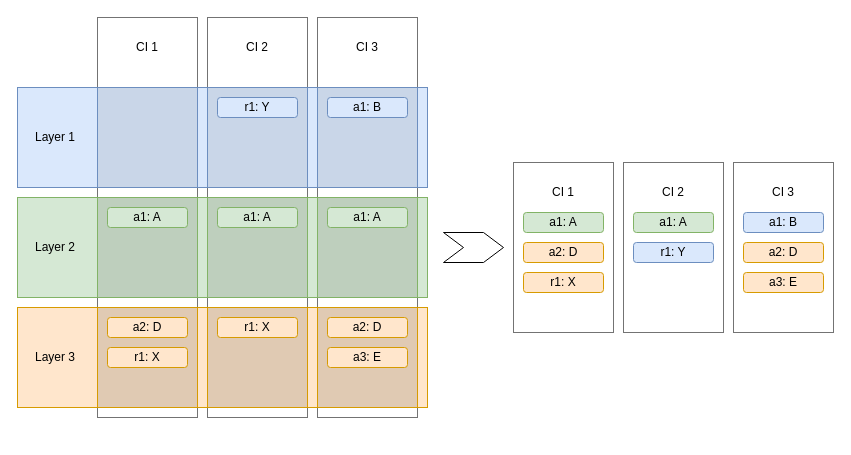
Before: docs/source/assets/drawio/overview-layer-ci-attributes.drawio in max-bytes/omnikeeper, a draw.io diagram. Source tidied: cells renumbered, new cells numbered last; positions are measured from the earlier drawing's top-left corner, leaving out a move shared by most shapes. Both pictures are drawn from the tidied source at 100%, with x=0, y=0 at pixel (17, 17).
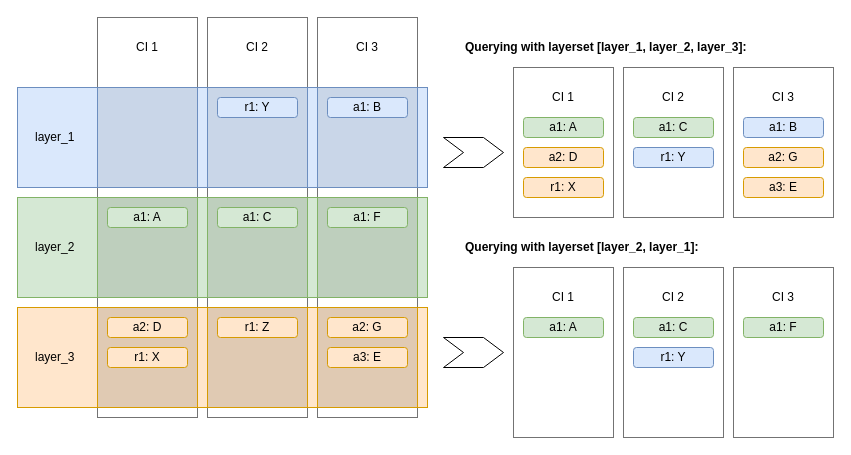
The same diagram, later.

The edit, as a diff of the source:
```diff
@@
-    <mxCell id="2" value="Layer 3" style="rounded=0;whiteSpace=wrap;html=1;align=left;spacingLeft=16;fillColor=#ffe6cc;strokeColor=#d79b00;" parent="1" vertex="1">
+    <mxCell id="2" value="layer_3" style="rounded=0;whiteSpace=wrap;html=1;align=left;spacingLeft=16;fillColor=#ffe6cc;strokeColor=#d79b00;" parent="1" vertex="1">
       <mxGeometry y="290" width="410" height="100" as="geometry" />
     </mxCell>
-    <mxCell id="3" value="Layer 2" style="rounded=0;whiteSpace=wrap;html=1;align=left;spacingLeft=16;fillColor=#d5e8d4;strokeColor=#82b366;" parent="1" vertex="1">
+    <mxCell id="3" value="layer_2" style="rounded=0;whiteSpace=wrap;html=1;align=left;spacingLeft=16;fillColor=#d5e8d4;strokeColor=#82b366;" parent="1" vertex="1">
       <mxGeometry y="180" width="410" height="100" as="geometry" />
     </mxCell>
-    <mxCell id="4" value="Layer 1" style="rounded=0;whiteSpace=wrap;html=1;align=left;spacingLeft=16;fillColor=#dae8fc;strokeColor=#6c8ebf;" parent="1" vertex="1">
+    <mxCell id="4" value="layer_1" style="rounded=0;whiteSpace=wrap;html=1;align=left;spacingLeft=16;fillColor=#dae8fc;strokeColor=#6c8ebf;" parent="1" vertex="1">
       <mxGeometry y="70" width="410" height="100" as="geometry" />
     </mxCell>
@@
-    <mxCell id="19" value="a1: A" style="rounded=1;whiteSpace=wrap;html=1;fillColor=#d5e8d4;strokeColor=#82b366;" parent="1" vertex="1">
+    <mxCell id="19" value="a1: F" style="rounded=1;whiteSpace=wrap;html=1;fillColor=#d5e8d4;strokeColor=#82b366;" parent="1" vertex="1">
       <mxGeometry x="310" y="190" width="80" height="20" as="geometry" />
     </mxCell>
@@
     <mxCell id="22" value="CI 1" style="rounded=0;whiteSpace=wrap;html=1;fillOpacity=100;verticalAlign=top;spacingTop=16;strokeColor=#737373;" parent="1" vertex="1">
-      <mxGeometry x="496" y="145" width="100" height="170" as="geometry" />
+      <mxGeometry x="496" y="50" width="100" height="150" as="geometry" />
     </mxCell>
     <mxCell id="23" value="CI 2" style="rounded=0;whiteSpace=wrap;html=1;fillOpacity=100;verticalAlign=top;spacingTop=16;strokeColor=#737373;" parent="1" vertex="1">
-      <mxGeometry x="606" y="145" width="100" height="170" as="geometry" />
+      <mxGeometry x="606" y="50" width="100" height="150" as="geometry" />
     </mxCell>
     <mxCell id="24" value="CI 3" style="rounded=0;whiteSpace=wrap;html=1;fillOpacity=100;verticalAlign=top;spacingTop=16;strokeColor=#737373;" parent="1" vertex="1">
-      <mxGeometry x="716" y="145" width="100" height="170" as="geometry" />
+      <mxGeometry x="716" y="50" width="100" height="150" as="geometry" />
     </mxCell>
@@
-    <mxCell id="26" value="a2: D" style="rounded=1;whiteSpace=wrap;html=1;fillColor=#ffe6cc;strokeColor=#d79b00;" parent="1" vertex="1">
+    <mxCell id="26" value="a2: G" style="rounded=1;whiteSpace=wrap;html=1;fillColor=#ffe6cc;strokeColor=#d79b00;" parent="1" vertex="1">
       <mxGeometry x="310" y="300" width="80" height="20" as="geometry" />
     </mxCell>
-    <mxCell id="27" value="a1: A" style="rounded=1;whiteSpace=wrap;html=1;fillColor=#d5e8d4;strokeColor=#82b366;" parent="1" vertex="1">
+    <mxCell id="27" value="a1: C" style="rounded=1;whiteSpace=wrap;html=1;fillColor=#d5e8d4;strokeColor=#82b366;" parent="1" vertex="1">
       <mxGeometry x="200" y="190" width="80" height="20" as="geometry" />
     </mxCell>
     <mxCell id="28" value="a2: D" style="rounded=1;whiteSpace=wrap;html=1;fillColor=#ffe6cc;strokeColor=#d79b00;" parent="1" vertex="1">
-      <mxGeometry x="506" y="225" width="80" height="20" as="geometry" />
+      <mxGeometry x="506" y="130" width="80" height="20" as="geometry" />
     </mxCell>
     <mxCell id="29" value="r1: X" style="rounded=1;whiteSpace=wrap;html=1;fillColor=#ffe6cc;strokeColor=#d79b00;" parent="1" vertex="1">
-      <mxGeometry x="506" y="255" width="80" height="20" as="geometry" />
+      <mxGeometry x="506" y="160" width="80" height="20" as="geometry" />
     </mxCell>
     <mxCell id="30" value="a1: A" style="rounded=1;whiteSpace=wrap;html=1;fillColor=#d5e8d4;strokeColor=#82b366;" parent="1" vertex="1">
-      <mxGeometry x="506" y="195" width="80" height="20" as="geometry" />
+      <mxGeometry x="506" y="100" width="80" height="20" as="geometry" />
     </mxCell>
-    <mxCell id="31" value="a1: A" style="rounded=1;whiteSpace=wrap;html=1;fillColor=#d5e8d4;strokeColor=#82b366;" parent="1" vertex="1">
-      <mxGeometry x="616" y="195" width="80" height="20" as="geometry" />
+    <mxCell id="31" value="a1: C" style="rounded=1;whiteSpace=wrap;html=1;fillColor=#d5e8d4;strokeColor=#82b366;" parent="1" vertex="1">
+      <mxGeometry x="616" y="100" width="80" height="20" as="geometry" />
     </mxCell>
     <mxCell id="32" value="a1: B" style="rounded=1;whiteSpace=wrap;html=1;fillColor=#dae8fc;strokeColor=#6c8ebf;" parent="1" vertex="1">
-      <mxGeometry x="726" y="195" width="80" height="20" as="geometry" />
+      <mxGeometry x="726" y="100" width="80" height="20" as="geometry" />
     </mxCell>
     <mxCell id="33" value="a3: E" style="rounded=1;whiteSpace=wrap;html=1;fillColor=#ffe6cc;strokeColor=#d79b00;" parent="1" vertex="1">
-      <mxGeometry x="726" y="255" width="80" height="20" as="geometry" />
+      <mxGeometry x="726" y="160" width="80" height="20" as="geometry" />
     </mxCell>
-    <mxCell id="34" value="a2: D" style="rounded=1;whiteSpace=wrap;html=1;fillColor=#ffe6cc;strokeColor=#d79b00;" parent="1" vertex="1">
-      <mxGeometry x="726" y="225" width="80" height="20" as="geometry" />
+    <mxCell id="34" value="a2: G" style="rounded=1;whiteSpace=wrap;html=1;fillColor=#ffe6cc;strokeColor=#d79b00;" parent="1" vertex="1">
+      <mxGeometry x="726" y="130" width="80" height="20" as="geometry" />
     </mxCell>
     <mxCell id="35" style="shape=step;perimeter=stepPerimeter;whiteSpace=wrap;html=1;fixedSize=1;align=left;strokeWidth=1;" parent="1" vertex="1">
-      <mxGeometry x="426" y="215" width="60" height="30" as="geometry" />
+      <mxGeometry x="426" y="120" width="60" height="30" as="geometry" />
     </mxCell>
-    <mxCell id="36" value="r1: X" style="rounded=1;whiteSpace=wrap;html=1;fillColor=#ffe6cc;strokeColor=#d79b00;" parent="1" vertex="1">
+    <mxCell id="36" value="r1: Z" style="rounded=1;whiteSpace=wrap;html=1;fillColor=#ffe6cc;strokeColor=#d79b00;" parent="1" vertex="1">
       <mxGeometry x="200" y="300" width="80" height="20" as="geometry" />
     </mxCell>
@@
     <mxCell id="38" value="r1: Y" style="rounded=1;whiteSpace=wrap;html=1;fillColor=#dae8fc;strokeColor=#6c8ebf;" parent="1" vertex="1">
-      <mxGeometry x="616" y="225" width="80" height="20" as="geometry" />
+      <mxGeometry x="616" y="130" width="80" height="20" as="geometry" />
     </mxCell>
+    <mxCell id="39" value="Querying with layerset [layer_1, layer_2, layer_3]:" style="text;html=1;strokeColor=none;fillColor=none;align=left;verticalAlign=middle;whiteSpace=wrap;rounded=0;fontStyle=1;" parent="1" vertex="1">
+      <mxGeometry x="446" y="20" width="330" height="20" as="geometry" />
+    </mxCell>
+    <mxCell id="40" value="CI 1" style="rounded=0;whiteSpace=wrap;html=1;fillOpacity=100;verticalAlign=top;spacingTop=16;strokeColor=#737373;" parent="1" vertex="1">
+      <mxGeometry x="496" y="250" width="100" height="170" as="geometry" />
+    </mxCell>
+    <mxCell id="41" value="CI 2" style="rounded=0;whiteSpace=wrap;html=1;fillOpacity=100;verticalAlign=top;spacingTop=16;strokeColor=#737373;" parent="1" vertex="1">
+      <mxGeometry x="606" y="250" width="100" height="170" as="geometry" />
+    </mxCell>
+    <mxCell id="42" value="CI 3" style="rounded=0;whiteSpace=wrap;html=1;fillOpacity=100;verticalAlign=top;spacingTop=16;strokeColor=#737373;" parent="1" vertex="1">
+      <mxGeometry x="716" y="250" width="100" height="170" as="geometry" />
+    </mxCell>
+    <mxCell id="43" value="a1: A" style="rounded=1;whiteSpace=wrap;html=1;fillColor=#d5e8d4;strokeColor=#82b366;" parent="1" vertex="1">
+      <mxGeometry x="506" y="300" width="80" height="20" as="geometry" />
+    </mxCell>
+    <mxCell id="44" value="a1: C" style="rounded=1;whiteSpace=wrap;html=1;fillColor=#d5e8d4;strokeColor=#82b366;" parent="1" vertex="1">
+      <mxGeometry x="616" y="300" width="80" height="20" as="geometry" />
+    </mxCell>
+    <mxCell id="45" style="shape=step;perimeter=stepPerimeter;whiteSpace=wrap;html=1;fixedSize=1;align=left;strokeWidth=1;" parent="1" vertex="1">
+      <mxGeometry x="426" y="320" width="60" height="30" as="geometry" />
+    </mxCell>
+    <mxCell id="46" value="r1: Y" style="rounded=1;whiteSpace=wrap;html=1;fillColor=#dae8fc;strokeColor=#6c8ebf;" parent="1" vertex="1">
+      <mxGeometry x="616" y="330" width="80" height="20" as="geometry" />
+    </mxCell>
+    <mxCell id="47" value="Querying with layerset [layer_2, layer_1]:" style="text;html=1;strokeColor=none;fillColor=none;align=left;verticalAlign=middle;whiteSpace=wrap;rounded=0;fontStyle=1;" parent="1" vertex="1">
+      <mxGeometry x="446" y="220" width="330" height="20" as="geometry" />
+    </mxCell>
+    <mxCell id="48" value="a1: F" style="rounded=1;whiteSpace=wrap;html=1;fillColor=#d5e8d4;strokeColor=#82b366;" parent="1" vertex="1">
+      <mxGeometry x="726" y="300" width="80" height="20" as="geometry" />
+    </mxCell>
```
